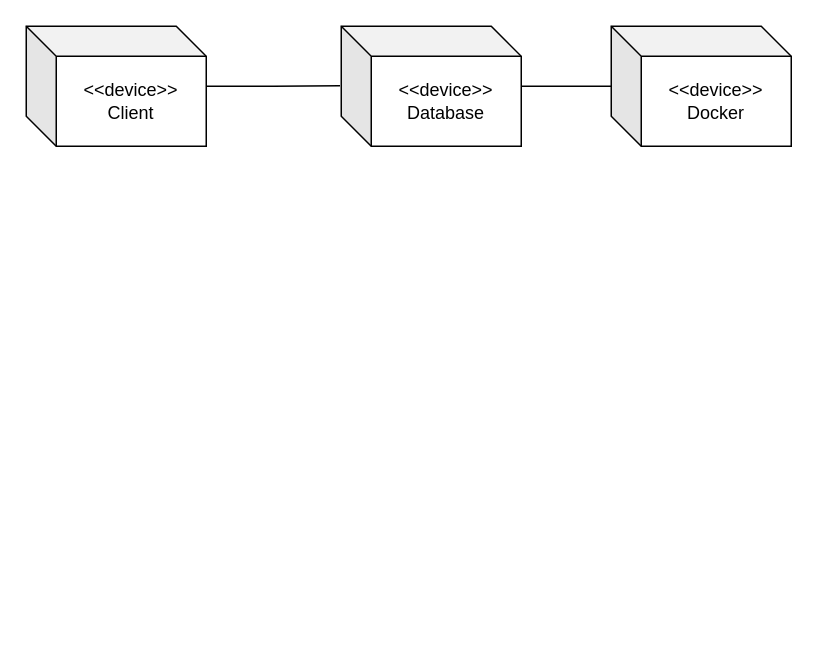
Earlier version of the draw.io diagram Deployment Diagram.drawio (bgabrielma/ES_Project). Source tidied: cells renumbered, new cells numbered last; positions are measured from the earlier drawing's top-left corner, leaving out a move shared by most shapes. Both pictures are drawn from the tidied source at 150%, with x=0, y=0 at pixel (26, 26).
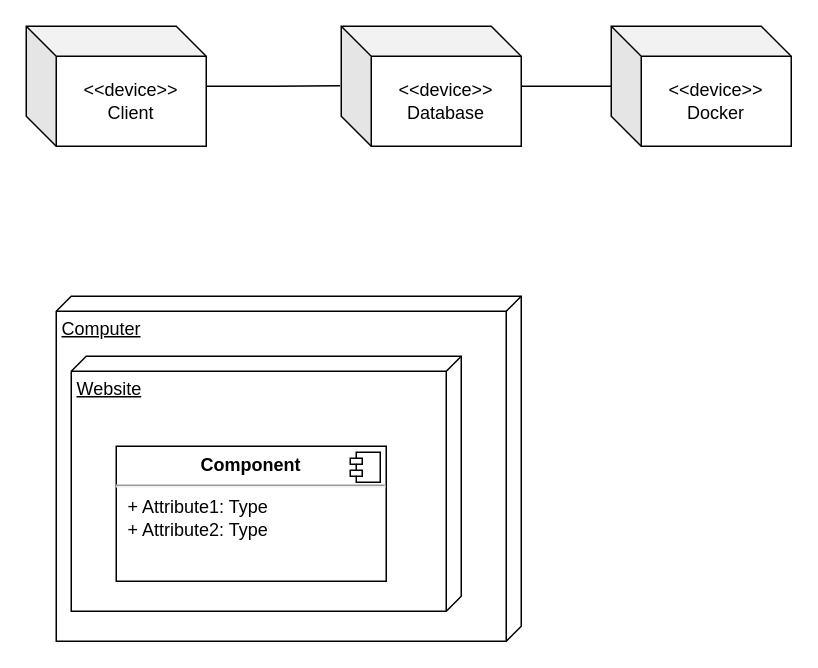
After the change.

Diff of the diagram source:
```diff
@@
 <mxGraphModel>
   <root>
     <mxCell id="0" />
     <mxCell id="1" parent="0" />
     <mxCell id="2" style="edgeStyle=orthogonalEdgeStyle;rounded=0;jettySize=auto;html=1;entryX=-0.007;entryY=0.496;entryDx=0;entryDy=0;entryPerimeter=0;endArrow=none;endFill=0;" parent="1" edge="1" source="3" target="5">
       <mxGeometry relative="1" as="geometry" />
     </mxCell>
     <mxCell id="3" value="&lt;div&gt;&amp;lt;&amp;lt;device&amp;gt;&amp;gt;&lt;/div&gt;&lt;div&gt;Client&lt;br&gt;&lt;/div&gt;" style="shape=cube;whiteSpace=wrap;html=1;boundedLbl=1;backgroundOutline=1;darkOpacity=0.05;darkOpacity2=0.1;" parent="1" vertex="1">
       <mxGeometry width="120" height="80" as="geometry" />
     </mxCell>
     <mxCell id="4" style="edgeStyle=orthogonalEdgeStyle;rounded=0;jettySize=auto;html=1;endArrow=none;endFill=0;" parent="1" edge="1" source="5" target="6">
       <mxGeometry relative="1" as="geometry" />
     </mxCell>
     <mxCell id="5" value="&lt;div&gt;&amp;lt;&amp;lt;device&amp;gt;&amp;gt;&lt;/div&gt;&lt;div&gt;Database&lt;br&gt;&lt;/div&gt;" style="shape=cube;whiteSpace=wrap;html=1;boundedLbl=1;backgroundOutline=1;darkOpacity=0.05;darkOpacity2=0.1;" parent="1" vertex="1">
       <mxGeometry x="210" width="120" height="80" as="geometry" />
     </mxCell>
     <mxCell id="6" value="&lt;div&gt;&amp;lt;&amp;lt;device&amp;gt;&amp;gt;&lt;/div&gt;&lt;div&gt;Docker&lt;br&gt;&lt;/div&gt;" style="shape=cube;whiteSpace=wrap;html=1;boundedLbl=1;backgroundOutline=1;darkOpacity=0.05;darkOpacity2=0.1;" parent="1" vertex="1">
       <mxGeometry x="390" width="120" height="80" as="geometry" />
     </mxCell>
+    <mxCell id="7" value="Computer" style="verticalAlign=top;align=left;spacingTop=8;spacingLeft=2;spacingRight=12;shape=cube;size=10;direction=south;fontStyle=4;html=1;" parent="1" vertex="1">
+      <mxGeometry x="20" y="180" width="310" height="230" as="geometry" />
+    </mxCell>
+    <mxCell id="8" value="Website" style="verticalAlign=top;align=left;spacingTop=8;spacingLeft=2;spacingRight=12;shape=cube;size=10;direction=south;fontStyle=4;html=1;" parent="1" vertex="1">
+      <mxGeometry x="30" y="220" width="260" height="170" as="geometry" />
+    </mxCell>
+    <mxCell id="9" value="&lt;p style=&quot;margin:0px;margin-top:6px;text-align:center;&quot;&gt;&lt;b&gt;Component&lt;/b&gt;&lt;/p&gt;&lt;hr/&gt;&lt;p style=&quot;margin:0px;margin-left:8px;&quot;&gt;+ Attribute1: Type&lt;br/&gt;+ Attribute2: Type&lt;/p&gt;" style="align=left;overflow=fill;html=1;" parent="1" vertex="1">
+      <mxGeometry x="60" y="280" width="180" height="90" as="geometry" />
+    </mxCell>
+    <mxCell id="10" style="shape=component;jettyWidth=8;jettyHeight=4;" parent="9" vertex="1">
+      <mxGeometry x="1" width="20" height="20" relative="1" as="geometry">
+        <mxPoint x="-24" y="4" as="offset" />
+      </mxGeometry>
+    </mxCell>
   </root>
 </mxGraphModel>
```
